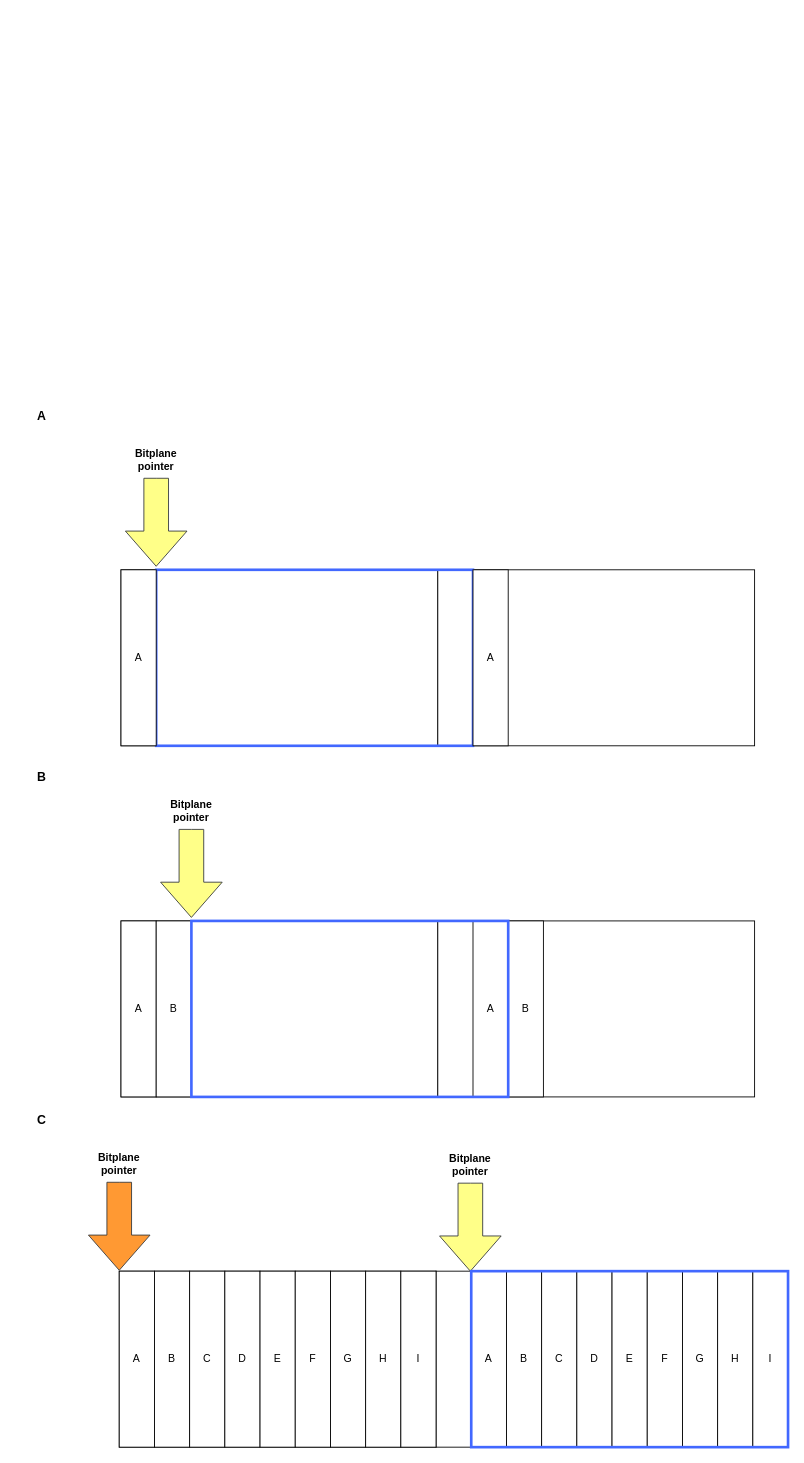
stefanocoppi/amiga_game_prog keeps this draw.io diagram as tutorials/images/background.drawio. Above is the earlier version. Source tidied: cells renumbered, new cells numbered last; positions are measured from the earlier drawing's top-left corner, leaving out a move shared by most shapes. Both pictures are drawn from the tidied source at 88%, with x=0, y=0 at pixel (15, 402).
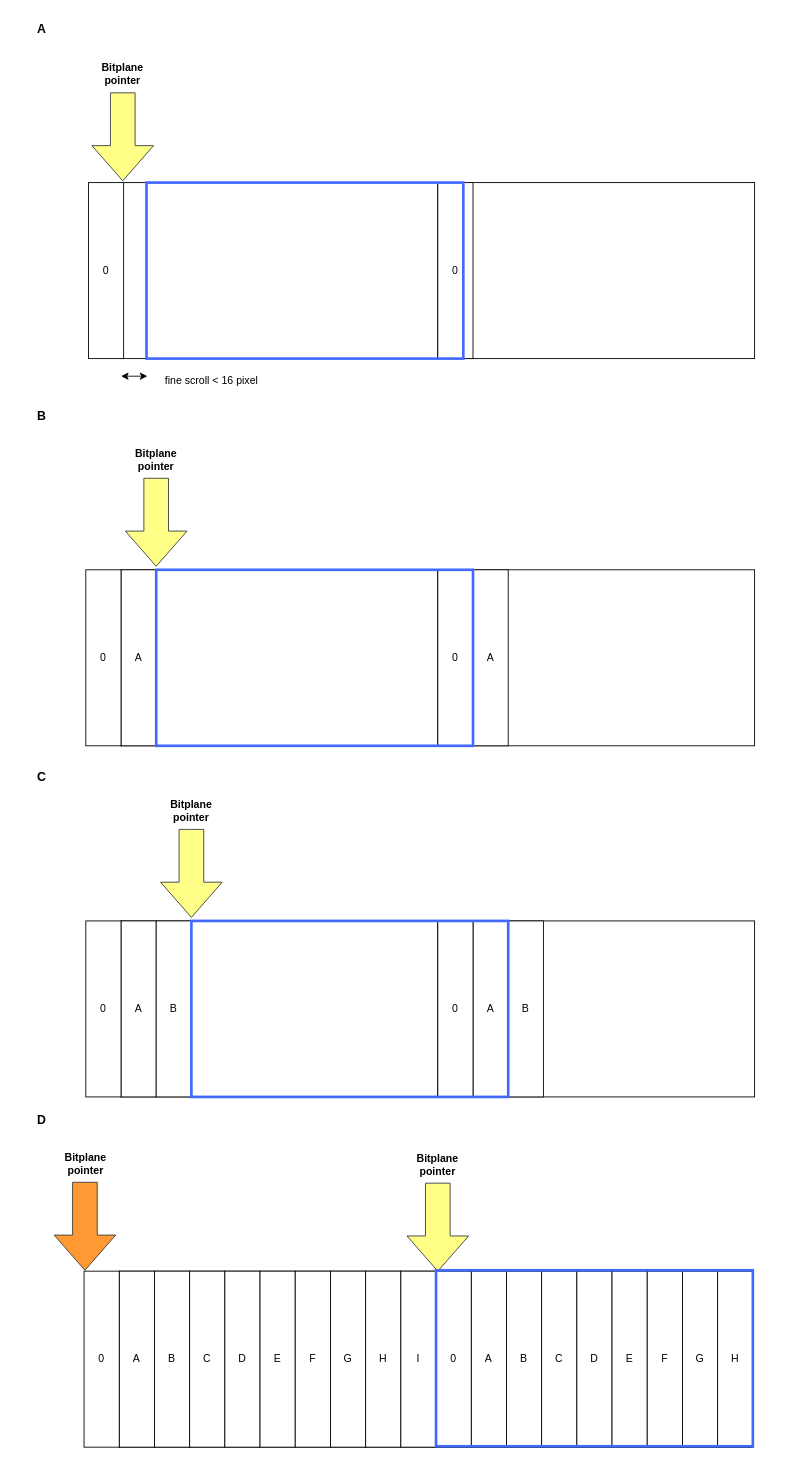
After the change.

Diff of the diagram source:
```diff
@@
-    <mxCell id="4" style="rounded=0;whiteSpace=wrap;html=1;strokeWidth=3;strokeColor=#4268FF;fillColor=none;" parent="1" vertex="1">
-      <mxGeometry x="160" y="190" width="360" height="200" as="geometry" />
-    </mxCell>
@@
     <mxCell id="11" style="group;" parent="1" vertex="1">
-      <mxGeometry x="482" y="851" width="70" height="136" as="geometry" />
+      <mxGeometry x="445" y="851" width="70" height="136" as="geometry" />
     </mxCell>
@@
-    <mxCell id="32" value="I" style="rounded=0;whiteSpace=wrap;html=1;" parent="1" vertex="1">
-      <mxGeometry x="838" y="987" width="40" height="200" as="geometry" />
-    </mxCell>
-    <mxCell id="33" style="rounded=0;whiteSpace=wrap;html=1;strokeWidth=3;strokeColor=#4268FF;fillColor=none;" parent="1" vertex="1">
-      <mxGeometry x="518" y="987" width="360" height="200" as="geometry" />
-    </mxCell>
     <mxCell id="34" style="group;" parent="1" vertex="1">
-      <mxGeometry x="83" y="850" width="70" height="136" as="geometry" />
+      <mxGeometry x="45" y="850" width="70" height="136" as="geometry" />
     </mxCell>
     <mxCell id="35" style="html=1;shadow=0;dashed=0;align=center;verticalAlign=middle;shape=mxgraph.arrows2.arrow;dy=0.6;dx=40;direction=south;notch=0;fillColor=#FF9933;strokeColor=#36393d;" parent="34" vertex="1">
-      <mxGeometry y="36" width="70" height="100" as="geometry" />
+      <mxGeometry x="-1" y="36" width="70" height="100" as="geometry" />
     </mxCell>
@@
-    <mxCell id="46" style="rounded=0;whiteSpace=wrap;html=1;strokeWidth=3;strokeColor=#4268FF;fillColor=none;" parent="1" vertex="1">
-      <mxGeometry x="200" y="589" width="360" height="200" as="geometry" />
-    </mxCell>
-    <mxCell id="47" value="&lt;b&gt;&lt;font style=&quot;font-size: 14px;&quot;&gt;A&lt;/font&gt;&lt;/b&gt;" style="text;html=1;align=center;verticalAlign=middle;whiteSpace=wrap;rounded=0;" parent="1" vertex="1">
+    <mxCell id="47" value="&lt;b&gt;&lt;font style=&quot;font-size: 14px;&quot;&gt;B&lt;/font&gt;&lt;/b&gt;" style="text;html=1;align=center;verticalAlign=middle;whiteSpace=wrap;rounded=0;" parent="1" vertex="1">
       <mxGeometry width="60" height="30" as="geometry" />
     </mxCell>
-    <mxCell id="48" value="&lt;b&gt;&lt;font style=&quot;font-size: 14px;&quot;&gt;B&lt;/font&gt;&lt;/b&gt;" style="text;html=1;align=center;verticalAlign=middle;whiteSpace=wrap;rounded=0;" parent="1" vertex="1">
+    <mxCell id="48" value="&lt;b&gt;&lt;font style=&quot;font-size: 14px;&quot;&gt;C&lt;/font&gt;&lt;/b&gt;" style="text;html=1;align=center;verticalAlign=middle;whiteSpace=wrap;rounded=0;" parent="1" vertex="1">
       <mxGeometry y="410" width="60" height="30" as="geometry" />
     </mxCell>
-    <mxCell id="49" value="&lt;b&gt;&lt;font style=&quot;font-size: 14px;&quot;&gt;C&lt;/font&gt;&lt;/b&gt;" style="text;html=1;align=center;verticalAlign=middle;whiteSpace=wrap;rounded=0;" parent="1" vertex="1">
+    <mxCell id="49" value="&lt;b&gt;&lt;font style=&quot;font-size: 14px;&quot;&gt;D&lt;/font&gt;&lt;/b&gt;" style="text;html=1;align=center;verticalAlign=middle;whiteSpace=wrap;rounded=0;" parent="1" vertex="1">
       <mxGeometry y="800" width="60" height="30" as="geometry" />
     </mxCell>
+    <mxCell id="50" style="rounded=0;whiteSpace=wrap;html=1;" parent="1" vertex="1">
+      <mxGeometry x="120" y="-250" width="360" height="200" as="geometry" />
+    </mxCell>
+    <mxCell id="51" style="rounded=0;whiteSpace=wrap;html=1;" parent="1" vertex="1">
+      <mxGeometry x="480" y="-250" width="360" height="200" as="geometry" />
+    </mxCell>
+    <mxCell id="52" value="0" style="rounded=0;whiteSpace=wrap;html=1;" parent="1" vertex="1">
+      <mxGeometry x="83" y="-250" width="40" height="200" as="geometry" />
+    </mxCell>
+    <mxCell id="53" style="group;" parent="1" vertex="1">
+      <mxGeometry x="87" y="-388" width="70" height="136" as="geometry" />
+    </mxCell>
+    <mxCell id="54" style="html=1;shadow=0;dashed=0;align=center;verticalAlign=middle;shape=mxgraph.arrows2.arrow;dy=0.6;dx=40;direction=south;notch=0;fillColor=#ffff88;strokeColor=#36393d;" parent="53" vertex="1">
+      <mxGeometry y="36" width="70" height="100" as="geometry" />
+    </mxCell>
+    <mxCell id="55" value="&lt;b&gt;Bitplane pointer&lt;/b&gt;" style="text;html=1;align=center;verticalAlign=middle;whiteSpace=wrap;rounded=0;" parent="53" vertex="1">
+      <mxGeometry x="5" width="60" height="30" as="geometry" />
+    </mxCell>
+    <mxCell id="56" value="&lt;b&gt;&lt;font style=&quot;font-size: 14px;&quot;&gt;A&lt;/font&gt;&lt;/b&gt;" style="text;html=1;align=center;verticalAlign=middle;whiteSpace=wrap;rounded=0;" parent="1" vertex="1">
+      <mxGeometry y="-440" width="60" height="30" as="geometry" />
+    </mxCell>
+    <mxCell id="57" value="0" style="rounded=0;whiteSpace=wrap;html=1;" parent="1" vertex="1">
+      <mxGeometry x="480" y="-250" width="40" height="200" as="geometry" />
+    </mxCell>
+    <mxCell id="58" style="rounded=0;whiteSpace=wrap;html=1;strokeWidth=3;strokeColor=#4268FF;fillColor=none;" parent="1" vertex="1">
+      <mxGeometry x="149" y="-250" width="360" height="200" as="geometry" />
+    </mxCell>
+    <mxCell id="59" style="endArrow=classic;startArrow=classic;html=1;rounded=0;" parent="1" edge="1">
+      <mxGeometry relative="1" as="geometry">
+        <mxPoint x="120" y="-30" as="sourcePoint" />
+        <mxPoint x="150" y="-30" as="targetPoint" />
+      </mxGeometry>
+    </mxCell>
+    <mxCell id="60" value="&amp;nbsp;fine scroll &amp;lt; 16 pixel" style="text;html=1;align=center;verticalAlign=middle;whiteSpace=wrap;rounded=0;" parent="1" vertex="1">
+      <mxGeometry x="153" y="-40" width="137" height="30" as="geometry" />
+    </mxCell>
+    <mxCell id="61" value="0" style="rounded=0;whiteSpace=wrap;html=1;" parent="1" vertex="1">
+      <mxGeometry x="480" y="190" width="40" height="200" as="geometry" />
+    </mxCell>
+    <mxCell id="4" style="rounded=0;whiteSpace=wrap;html=1;strokeWidth=3;strokeColor=#4268FF;fillColor=none;" parent="1" vertex="1">
+      <mxGeometry x="160" y="190" width="360" height="200" as="geometry" />
+    </mxCell>
+    <mxCell id="62" value="0" style="rounded=0;whiteSpace=wrap;html=1;" parent="1" vertex="1">
+      <mxGeometry x="480" y="589" width="40" height="200" as="geometry" />
+    </mxCell>
+    <mxCell id="46" style="rounded=0;whiteSpace=wrap;html=1;strokeWidth=3;strokeColor=#4268FF;fillColor=none;" parent="1" vertex="1">
+      <mxGeometry x="200" y="589" width="360" height="200" as="geometry" />
+    </mxCell>
+    <mxCell id="63" value="0" style="rounded=0;whiteSpace=wrap;html=1;" parent="1" vertex="1">
+      <mxGeometry x="478" y="987" width="40" height="200" as="geometry" />
+    </mxCell>
+    <mxCell id="64" value="0" style="rounded=0;whiteSpace=wrap;html=1;" parent="1" vertex="1">
+      <mxGeometry x="80" y="190" width="40" height="200" as="geometry" />
+    </mxCell>
+    <mxCell id="65" value="0" style="rounded=0;whiteSpace=wrap;html=1;" parent="1" vertex="1">
+      <mxGeometry x="80" y="589" width="40" height="200" as="geometry" />
+    </mxCell>
+    <mxCell id="66" value="0" style="rounded=0;whiteSpace=wrap;html=1;" parent="1" vertex="1">
+      <mxGeometry x="78" y="987" width="40" height="200" as="geometry" />
+    </mxCell>
+    <mxCell id="33" style="rounded=0;whiteSpace=wrap;html=1;strokeWidth=3;strokeColor=#4268FF;fillColor=none;" parent="1" vertex="1">
+      <mxGeometry x="478" y="986" width="360" height="200" as="geometry" />
+    </mxCell>
```
